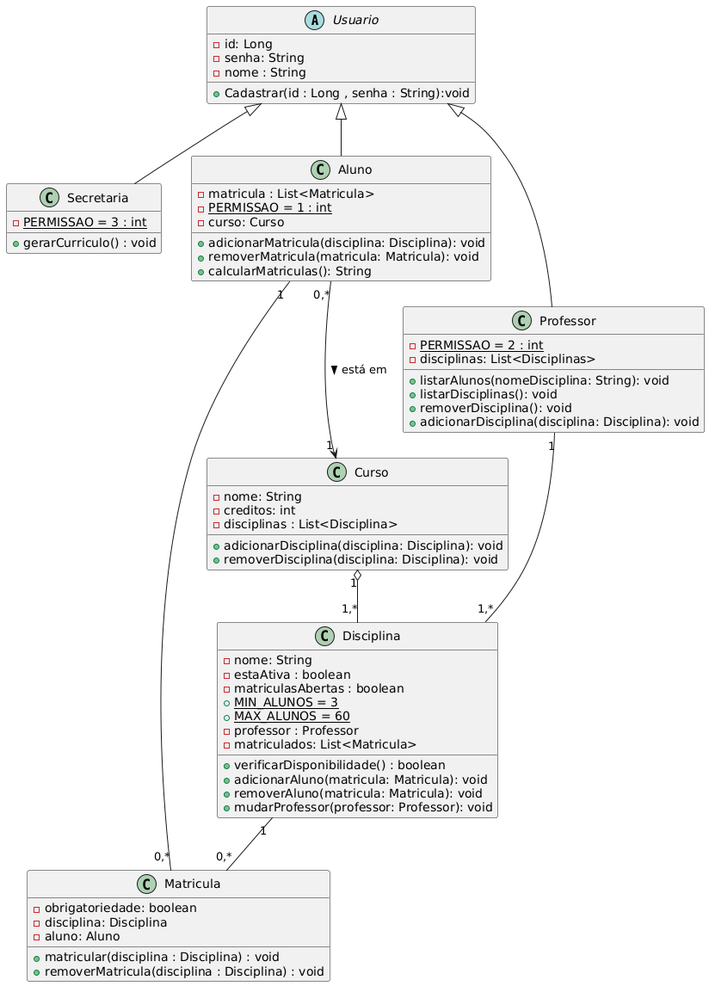
The PlantUML diagram lab1/project/img/UML.png in RenatoMAP77/LDS-Projetos-PRG, before a commit.
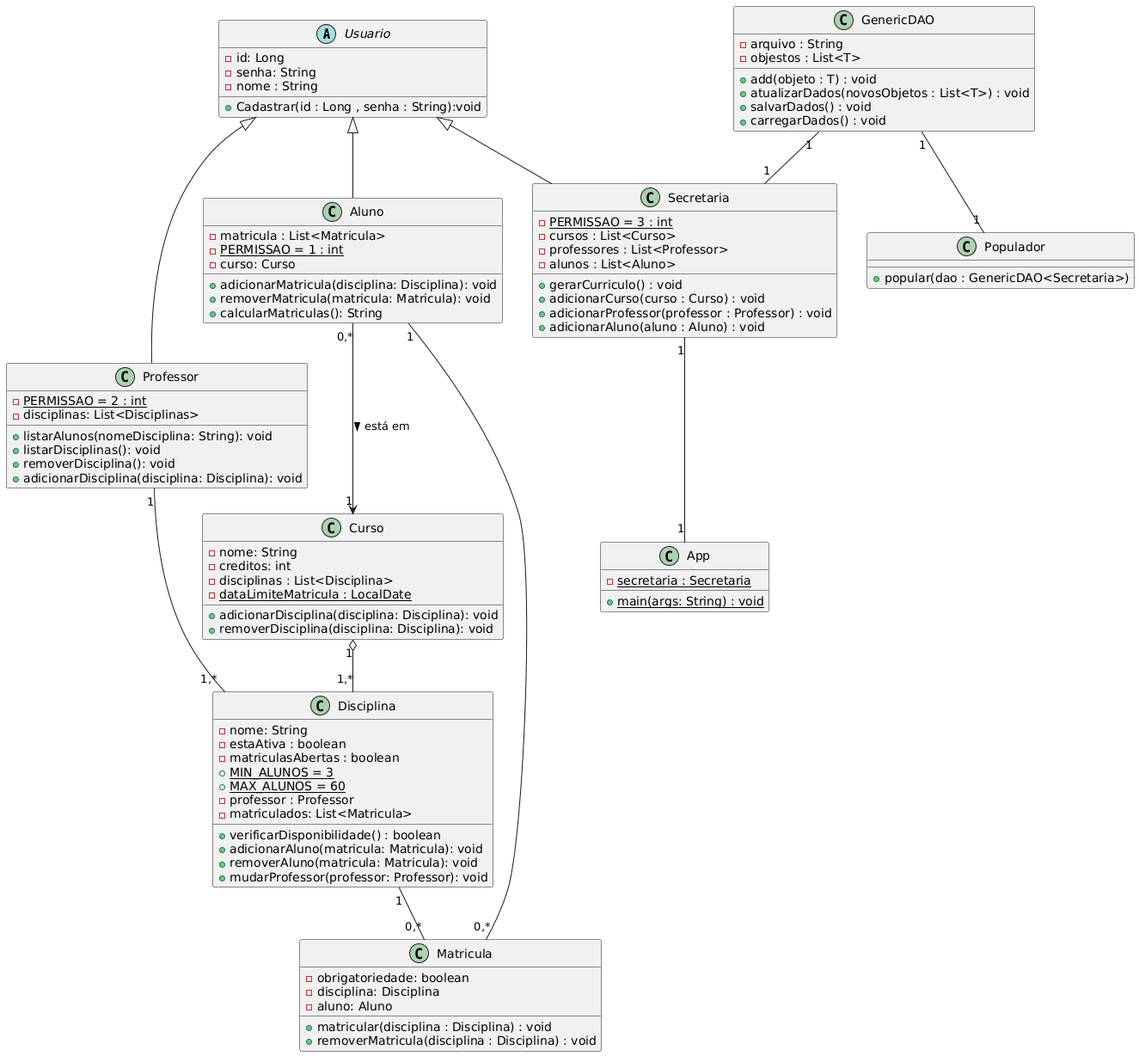
After the commit.

Commit message:
fix: Corrigindo UML

The edit, as a diff of the source:
```diff
@@ -11,8 +11,17 @@
 
 class "Secretaria"{
       {static} -PERMISSAO = 3 : int
+      - cursos : List<Curso>
+      - professores : List<Professor>
+      - alunos : List<Aluno>
 
-      +gerarCurriculo() : void
+
+
+      + gerarCurriculo() : void
+      + adicionarCurso(curso : Curso) : void
+      + adicionarProfessor(professor : Professor) : void
+      + adicionarAluno(aluno : Aluno) : void
+
 
 }
 
@@ -42,6 +51,7 @@
      - nome: String
      - creditos: int
      - disciplinas : List<Disciplina>
+     - {static} dataLimiteMatricula : LocalDate
 
      +adicionarDisciplina(disciplina: Disciplina): void
      +removerDisciplina(disciplina: Disciplina): void
@@ -72,6 +82,30 @@
     + removerMatricula(disciplina : Disciplina) : void
 }
 
+class "GenericDAO"{
+    - arquivo : String
+    - objestos : List<T>
+
+    + add(objeto : T) : void
+    + atualizarDados(novosObjetos : List<T>) : void
+    + salvarDados() : void
+    + carregarDados() : void
+
+}
+
+class "Populador"{
+    + popular(dao : GenericDAO<Secretaria>)
+}
+
+class "App"{
+    - {static} secretaria : Secretaria
+
+    + {static} main(args: String) : void
+
+}
+
+
+
 
 
 Usuario <|-- Secretaria
@@ -83,4 +117,7 @@
 Disciplina "1" -- "0,*" Matricula
 Aluno "1" -- "0,*" Matricula
 Professor "1" -- "1,*" Disciplina
+GenericDAO "1" --"1" Populador
+GenericDAO "1" -- "1" Secretaria
+Secretaria"1" -- "1"App
 @enduml
```
